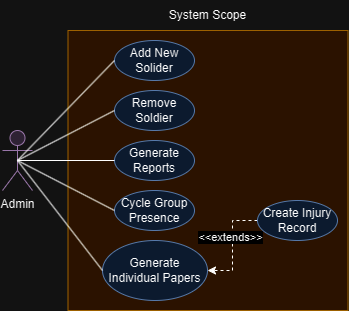
This is documentation/MUP Use Case Diagram.drawio.png from Khalid-Tarek/MUP, a draw.io export, as it was before one commit. Source tidied: cells renumbered, new cells last; positions are measured from the earlier drawing's top-left corner, leaving out a move shared by most shapes.
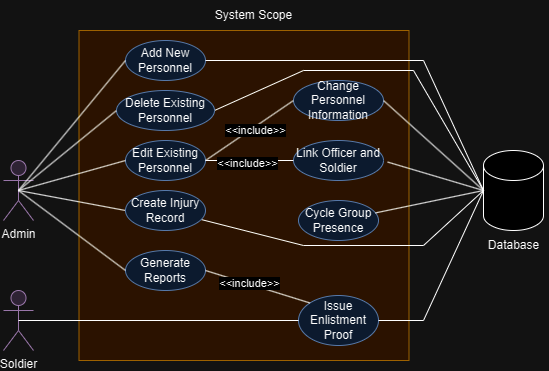
After the change.

The edit, as a diff of the source:
```diff
@@ -3,29 +3,34 @@
     <mxCell id="0" />
     <mxCell id="1" parent="0" />
     <mxCell id="2" value="Admin" style="shape=umlActor;verticalLabelPosition=bottom;verticalAlign=top;html=1;outlineConnect=0;fillColor=#e1d5e7;strokeColor=#9673a6;" parent="1" vertex="1">
-      <mxGeometry y="130" width="30" height="60" as="geometry" />
+      <mxGeometry x="-10" y="160" width="30" height="60" as="geometry" />
     </mxCell>
     <mxCell id="3" style="whiteSpace=wrap;html=1;fillColor=#ffe6cc;strokeColor=#d79b00;" parent="1" vertex="1">
-      <mxGeometry x="65.5" y="30" width="280" height="280" as="geometry" />
+      <mxGeometry x="65.5" y="30" width="330" height="330" as="geometry" />
     </mxCell>
     <mxCell id="4" value="System Scope" style="text;html=1;align=center;verticalAlign=middle;strokeColor=none;fillColor=none;" parent="1" vertex="1">
-      <mxGeometry x="155" width="100" height="30" as="geometry" />
+      <mxGeometry x="190" width="100" height="30" as="geometry" />
     </mxCell>
-    <mxCell id="5" value="Add New Solider" style="ellipse;whiteSpace=wrap;html=1;fillColor=#dae8fc;strokeColor=#6c8ebf;" parent="1" vertex="1">
+    <mxCell id="5" value="Add New Personnel" style="ellipse;whiteSpace=wrap;html=1;fillColor=#dae8fc;strokeColor=#6c8ebf;" parent="1" vertex="1">
       <mxGeometry x="112" y="40" width="80" height="40" as="geometry" />
     </mxCell>
+    <mxCell id="18" style="rounded=0;jettySize=auto;html=1;endArrow=none;endFill=0;entryX=0;entryY=0.5;entryDx=0;entryDy=0;entryPerimeter=0;exitX=1;exitY=0.5;exitDx=0;exitDy=0;" parent="1" edge="1" source="6" target="26">
+      <mxGeometry relative="1" as="geometry">
+        <Array as="points">
+          <mxPoint x="290" y="70" />
+          <mxPoint x="400" y="70" />
+        </Array>
+      </mxGeometry>
+    </mxCell>
-    <mxCell id="6" value="Remove Soldier" style="ellipse;whiteSpace=wrap;html=1;fillColor=#dae8fc;strokeColor=#6c8ebf;" parent="1" vertex="1">
-      <mxGeometry x="112" y="90" width="80" height="40" as="geometry" />
+    <mxCell id="6" value="Delete Existing Personnel" style="ellipse;whiteSpace=wrap;html=1;fillColor=#dae8fc;strokeColor=#6c8ebf;" parent="1" vertex="1">
+      <mxGeometry x="103" y="90" width="98" height="40" as="geometry" />
     </mxCell>
-    <mxCell id="7" value="Generate Reports" style="ellipse;whiteSpace=wrap;html=1;fillColor=#dae8fc;strokeColor=#6c8ebf;" parent="1" vertex="1">
+    <mxCell id="7" value="Edit Existing Personnel" style="ellipse;whiteSpace=wrap;html=1;fillColor=#dae8fc;strokeColor=#6c8ebf;" parent="1" vertex="1">
       <mxGeometry x="112" y="140" width="80" height="40" as="geometry" />
     </mxCell>
     <mxCell id="8" value="Cycle Group Presence" style="ellipse;whiteSpace=wrap;html=1;fillColor=#dae8fc;strokeColor=#6c8ebf;" parent="1" vertex="1">
-      <mxGeometry x="112" y="190" width="80" height="40" as="geometry" />
+      <mxGeometry x="285" y="200" width="80" height="40" as="geometry" />
     </mxCell>
-    <mxCell id="9" value="Generate Individual Papers" style="ellipse;whiteSpace=wrap;html=1;fillColor=#dae8fc;strokeColor=#6c8ebf;" parent="1" vertex="1">
-      <mxGeometry x="100" y="240" width="105" height="60" as="geometry" />
-    </mxCell>
     <mxCell id="10" style="endArrow=none;html=1;rounded=0;exitX=0.5;exitY=0.5;exitDx=0;exitDy=0;exitPerimeter=0;entryX=0;entryY=0.5;entryDx=0;entryDy=0;" parent="1" edge="1" source="2" target="5">
       <mxGeometry relative="1" as="geometry" />
     </mxCell>
@@ -35,22 +40,93 @@
     <mxCell id="12" style="endArrow=none;html=1;rounded=0;exitX=0.5;exitY=0.5;exitDx=0;exitDy=0;exitPerimeter=0;entryX=0;entryY=0.5;entryDx=0;entryDy=0;" parent="1" edge="1" source="2" target="7">
       <mxGeometry relative="1" as="geometry" />
     </mxCell>
-    <mxCell id="13" style="endArrow=none;html=1;rounded=0;exitX=0.5;exitY=0.5;exitDx=0;exitDy=0;exitPerimeter=0;entryX=0;entryY=0.5;entryDx=0;entryDy=0;" parent="1" edge="1" source="2" target="8">
-      <mxGeometry relative="1" as="geometry" />
-    </mxCell>
-    <mxCell id="14" style="endArrow=none;html=1;rounded=0;exitX=0.5;exitY=0.5;exitDx=0;exitDy=0;exitPerimeter=0;entryX=0;entryY=0.5;entryDx=0;entryDy=0;" parent="1" edge="1" source="2" target="9">
+    <mxCell id="14" style="endArrow=none;html=1;rounded=0;entryX=0;entryY=0.5;entryDx=0;entryDy=0;exitX=0.5;exitY=0.5;exitDx=0;exitDy=0;exitPerimeter=0;" parent="1" edge="1" source="2" target="17">
       <mxGeometry relative="1" as="geometry" />
     </mxCell>
-    <mxCell id="15" style="edgeStyle=orthogonalEdgeStyle;rounded=0;jettySize=auto;html=1;exitX=0;exitY=0.5;exitDx=0;exitDy=0;dashed=1;" parent="1" edge="1" source="17" target="9">
-      <mxGeometry relative="1" as="geometry" />
-    </mxCell>
-    <mxCell id="16" value="&amp;lt;&amp;lt;extends&amp;gt;&amp;gt;" style="edgeLabel;html=1;align=center;verticalAlign=middle;" parent="15" vertex="1">
-      <mxGeometry x="-0.01" y="-2" relative="1" as="geometry">
-        <mxPoint y="-8" as="offset" />
-      </mxGeometry>
-    </mxCell>
+    <mxCell id="19" style="rounded=0;jettySize=auto;html=1;endArrow=none;endFill=0;entryX=0;entryY=0.5;entryDx=0;entryDy=0;entryPerimeter=0;" parent="1" edge="1" source="17" target="26">
+      <mxGeometry relative="1" as="geometry">
+        <Array as="points">
+          <mxPoint x="290" y="245" />
+          <mxPoint x="410" y="245" />
+        </Array>
+      </mxGeometry>
+    </mxCell>
     <mxCell id="17" value="Create Injury Record" style="ellipse;whiteSpace=wrap;html=1;fillColor=#dae8fc;strokeColor=#6c8ebf;" parent="1" vertex="1">
-      <mxGeometry x="255" y="200" width="80" height="40" as="geometry" />
+      <mxGeometry x="112" y="190" width="80" height="40" as="geometry" />
     </mxCell>
+    <mxCell id="20" value="Change Personnel Information" style="ellipse;whiteSpace=wrap;html=1;fillColor=#dae8fc;strokeColor=#6c8ebf;" parent="1" vertex="1">
+      <mxGeometry x="280" y="80" width="90" height="40" as="geometry" />
+    </mxCell>
+    <mxCell id="21" style="endArrow=none;html=1;rounded=0;exitX=1;exitY=0.5;exitDx=0;exitDy=0;entryX=0;entryY=0.5;entryDx=0;entryDy=0;" parent="1" edge="1" source="7" target="20">
+      <mxGeometry relative="1" as="geometry" />
+    </mxCell>
+    <mxCell id="22" value="&amp;lt;&amp;lt;include&amp;gt;&amp;gt;" style="edgeLabel;html=1;align=center;verticalAlign=middle;" parent="21" vertex="1">
+      <mxGeometry x="0.46" y="2" relative="1" as="geometry">
+        <mxPoint x="-13" y="15" as="offset" />
+      </mxGeometry>
+    </mxCell>
+    <mxCell id="23" value="Link Officer and Soldier" style="ellipse;whiteSpace=wrap;html=1;fillColor=#dae8fc;strokeColor=#6c8ebf;" parent="1" vertex="1">
+      <mxGeometry x="280" y="140" width="90" height="40" as="geometry" />
+    </mxCell>
+    <mxCell id="24" style="endArrow=none;html=1;rounded=0;entryX=0;entryY=0.5;entryDx=0;entryDy=0;" parent="1" edge="1" source="7" target="23">
+      <mxGeometry relative="1" as="geometry" />
+    </mxCell>
+    <mxCell id="25" value="&amp;lt;&amp;lt;include&amp;gt;&amp;gt;" style="edgeLabel;html=1;align=center;verticalAlign=middle;" parent="1" vertex="1">
+      <mxGeometry x="240" y="170" as="geometry">
+        <mxPoint x="-6" y="-7" as="offset" />
+      </mxGeometry>
+    </mxCell>
+    <mxCell id="26" style="shape=cylinder3;whiteSpace=wrap;html=1;boundedLbl=1;backgroundOutline=1;size=15;" parent="1" vertex="1">
+      <mxGeometry x="470" y="150" width="60" height="80" as="geometry" />
+    </mxCell>
+    <mxCell id="27" value="Database" style="text;html=1;align=center;verticalAlign=middle;strokeColor=none;fillColor=none;" parent="1" vertex="1">
+      <mxGeometry x="465" y="230" width="70" height="30" as="geometry" />
+    </mxCell>
+    <mxCell id="28" style="endArrow=none;html=1;rounded=0;entryX=0;entryY=0.5;entryDx=0;entryDy=0;entryPerimeter=0;exitX=1;exitY=0.5;exitDx=0;exitDy=0;" parent="1" edge="1" source="5" target="26">
+      <mxGeometry relative="1" as="geometry">
+        <Array as="points">
+          <mxPoint x="410" y="60" />
+        </Array>
+      </mxGeometry>
+    </mxCell>
+    <mxCell id="29" style="endArrow=none;html=1;rounded=0;entryX=1;entryY=0.5;entryDx=0;entryDy=0;exitX=0;exitY=0.5;exitDx=0;exitDy=0;exitPerimeter=0;" parent="1" edge="1" source="26" target="20">
+      <mxGeometry relative="1" as="geometry" />
+    </mxCell>
+    <mxCell id="30" style="endArrow=none;html=1;rounded=0;entryX=1.046;entryY=0.539;entryDx=0;entryDy=0;entryPerimeter=0;exitX=0;exitY=0.5;exitDx=0;exitDy=0;exitPerimeter=0;" parent="1" edge="1" source="26" target="23">
+      <mxGeometry relative="1" as="geometry" />
+    </mxCell>
+    <mxCell id="31" style="endArrow=none;html=1;rounded=0;exitX=0;exitY=0.5;exitDx=0;exitDy=0;exitPerimeter=0;" parent="1" edge="1" source="26" target="8">
+      <mxGeometry relative="1" as="geometry" />
+    </mxCell>
+    <mxCell id="32" value="Soldier" style="shape=umlActor;verticalLabelPosition=bottom;verticalAlign=top;html=1;outlineConnect=0;fillColor=#e1d5e7;strokeColor=#9673a6;" parent="1" vertex="1">
+      <mxGeometry x="-10" y="290" width="30" height="60" as="geometry" />
+    </mxCell>
+    <mxCell id="33" value="Issue Enlistment Proof" style="ellipse;whiteSpace=wrap;html=1;fillColor=#dae8fc;strokeColor=#6c8ebf;" parent="1" vertex="1">
+      <mxGeometry x="285" y="295" width="80" height="50" as="geometry" />
+    </mxCell>
+    <mxCell id="34" style="endArrow=none;html=1;rounded=0;entryX=0;entryY=0.5;entryDx=0;entryDy=0;exitX=0.5;exitY=0.5;exitDx=0;exitDy=0;exitPerimeter=0;" parent="1" edge="1" source="32" target="33">
+      <mxGeometry relative="1" as="geometry" />
+    </mxCell>
+    <mxCell id="35" style="endArrow=none;html=1;rounded=0;entryX=0;entryY=0.5;entryDx=0;entryDy=0;exitX=1;exitY=0.5;exitDx=0;exitDy=0;entryPerimeter=0;" parent="1" edge="1" source="33" target="26">
+      <mxGeometry relative="1" as="geometry">
+        <Array as="points">
+          <mxPoint x="410" y="320" />
+        </Array>
+      </mxGeometry>
+    </mxCell>
+    <mxCell id="36" value="Generate Reports" style="ellipse;whiteSpace=wrap;html=1;fillColor=#dae8fc;strokeColor=#6c8ebf;" parent="1" vertex="1">
+      <mxGeometry x="112" y="250" width="80" height="40" as="geometry" />
+    </mxCell>
+    <mxCell id="37" style="endArrow=none;html=1;rounded=0;entryX=0;entryY=0.5;entryDx=0;entryDy=0;exitX=0.5;exitY=0.5;exitDx=0;exitDy=0;exitPerimeter=0;" parent="1" edge="1" source="2" target="36">
+      <mxGeometry relative="1" as="geometry" />
+    </mxCell>
+    <mxCell id="38" style="endArrow=none;html=1;rounded=0;entryX=0;entryY=0;entryDx=0;entryDy=0;exitX=1;exitY=0.5;exitDx=0;exitDy=0;" parent="1" edge="1" source="36" target="33">
+      <mxGeometry relative="1" as="geometry" />
+    </mxCell>
+    <mxCell id="39" value="&amp;lt;&amp;lt;include&amp;gt;&amp;gt;" style="edgeLabel;html=1;align=center;verticalAlign=middle;" parent="1" vertex="1">
+      <mxGeometry x="201" y="280" as="geometry">
+        <mxPoint x="35" y="3" as="offset" />
+      </mxGeometry>
+    </mxCell>
   </root>
 </mxGraphModel>
```
